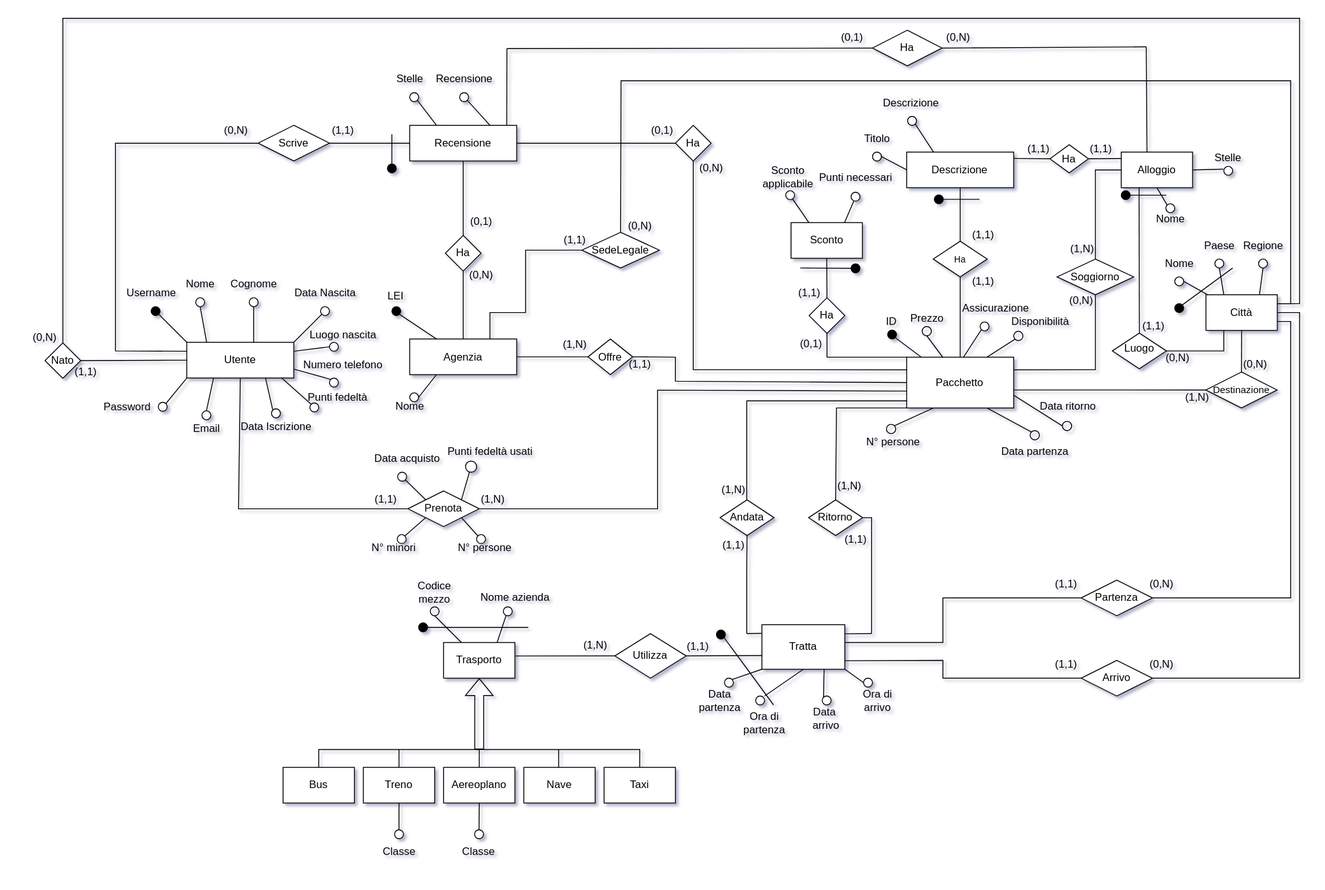
The draw.io diagram relazione/assets/ER_concettuale.svg in bustre/Easy-travel, before a commit. Source tidied: cells renumbered, new cells last; positions are measured from the earlier drawing's top-left corner, leaving out a move shared by most shapes.
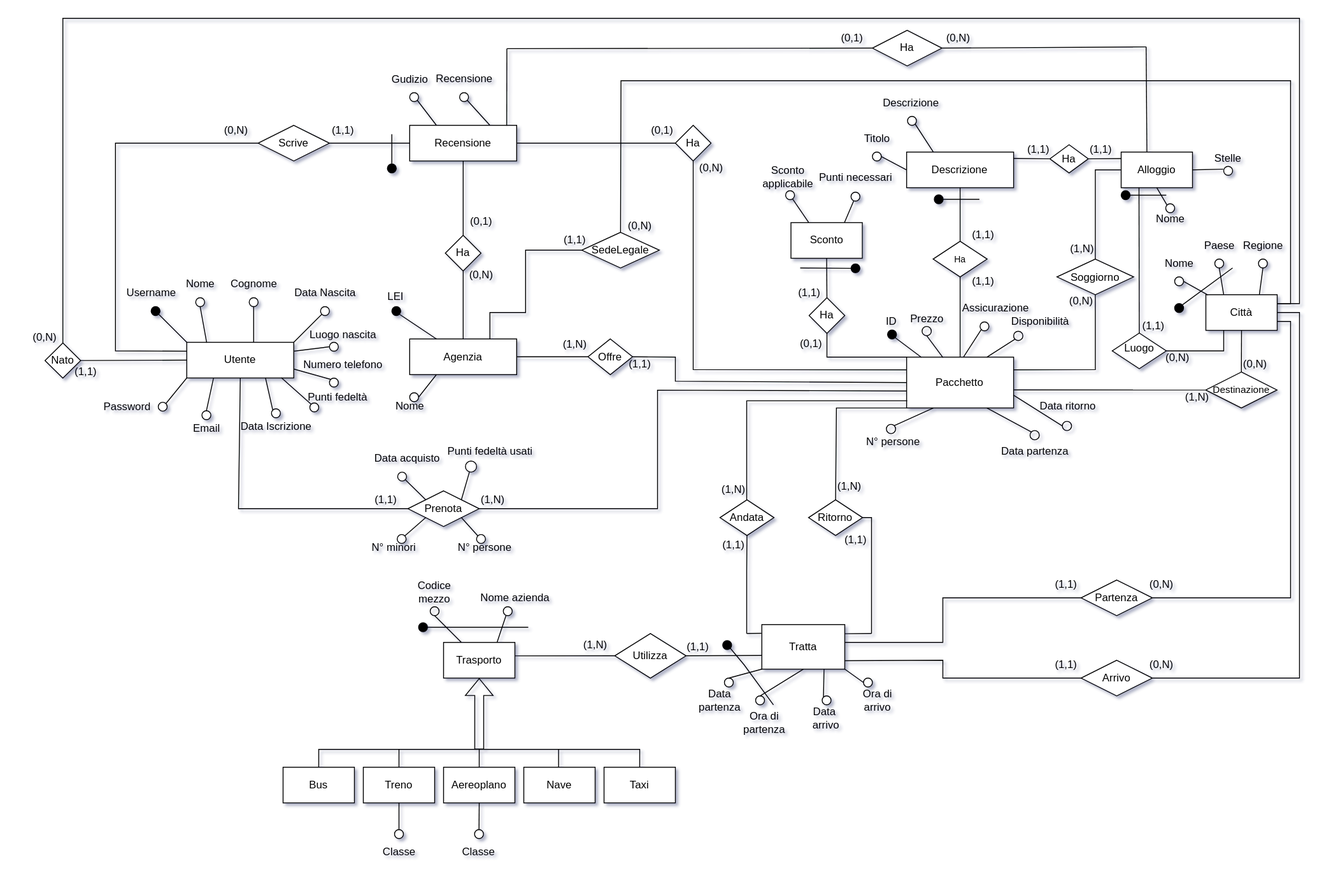
Later version of the same file.

The edit, as a diff of the source:
```diff
@@ -421,8 +421,8 @@
     <mxCell id="116" style="ellipse;whiteSpace=wrap;html=1;" parent="1" vertex="1">
       <mxGeometry x="439" y="83.4" width="10" height="10" as="geometry" />
     </mxCell>
-    <mxCell id="117" value="Stelle" style="text;html=1;align=center;verticalAlign=middle;strokeColor=none;fillColor=none;" parent="1" vertex="1">
-      <mxGeometry x="414" y="53.4" width="50" height="30" as="geometry" />
+    <mxCell id="117" value="Gudizio" style="text;html=1;align=center;verticalAlign=middle;strokeColor=none;fillColor=none;" parent="1" vertex="1">
+      <mxGeometry x="409" y="54.4" width="60" height="30" as="geometry" />
     </mxCell>
     <mxCell id="118" style="ellipse;whiteSpace=wrap;html=1;" parent="1" vertex="1">
       <mxGeometry x="495" y="83.4" width="10" height="10" as="geometry" />
@@ -831,16 +831,14 @@
     <mxCell id="233" style="ellipse;whiteSpace=wrap;html=1;" parent="1" vertex="1">
       <mxGeometry x="792" y="740" width="10" height="10" as="geometry" />
     </mxCell>
-    <mxCell id="234" style="endArrow=none;html=1;rounded=0;entryX=0;entryY=1;entryDx=0;entryDy=0;exitX=1;exitY=0;exitDx=0;exitDy=0;" parent="1" edge="1" source="233" target="222">
+    <mxCell id="234" style="endArrow=none;html=1;rounded=0;entryX=0;entryY=1;entryDx=0;entryDy=0;exitX=0.5;exitY=0;exitDx=0;exitDy=0;" parent="1" edge="1" source="233" target="222">
       <mxGeometry relative="1" as="geometry" />
     </mxCell>
     <mxCell id="235" style="ellipse;whiteSpace=wrap;html=1;" parent="1" vertex="1">
       <mxGeometry x="827" y="760" width="10" height="10" as="geometry" />
     </mxCell>
-    <mxCell id="236" style="endArrow=none;html=1;rounded=0;entryX=0.5;entryY=1;entryDx=0;entryDy=0;" parent="1" edge="1" target="222">
-      <mxGeometry relative="1" as="geometry">
-        <mxPoint x="837" y="760" as="sourcePoint" />
-      </mxGeometry>
+    <mxCell id="236" style="endArrow=none;html=1;rounded=0;entryX=0.5;entryY=1;entryDx=0;entryDy=0;exitX=0.5;exitY=0;exitDx=0;exitDy=0;" parent="1" edge="1" source="235" target="222">
+      <mxGeometry relative="1" as="geometry" />
     </mxCell>
     <mxCell id="237" value="Data&lt;br&gt;&amp;nbsp;arrivo" style="text;html=1;align=center;verticalAlign=middle;strokeColor=none;fillColor=none;" parent="1" vertex="1">
       <mxGeometry x="874" y="765" width="60" height="40" as="geometry" />
@@ -858,7 +856,7 @@
       <mxGeometry relative="1" as="geometry" />
     </mxCell>
     <mxCell id="242" style="ellipse;whiteSpace=wrap;html=1;fillColor=#000000;" parent="1" vertex="1">
-      <mxGeometry x="783" y="686" width="10" height="10" as="geometry" />
+      <mxGeometry x="790.1" y="698" width="10" height="10" as="geometry" />
     </mxCell>
     <mxCell id="243" style="endArrow=none;html=1;rounded=0;entryX=1;entryY=1;entryDx=0;entryDy=0;" parent="1" edge="1" target="242">
       <mxGeometry relative="1" as="geometry">
```
